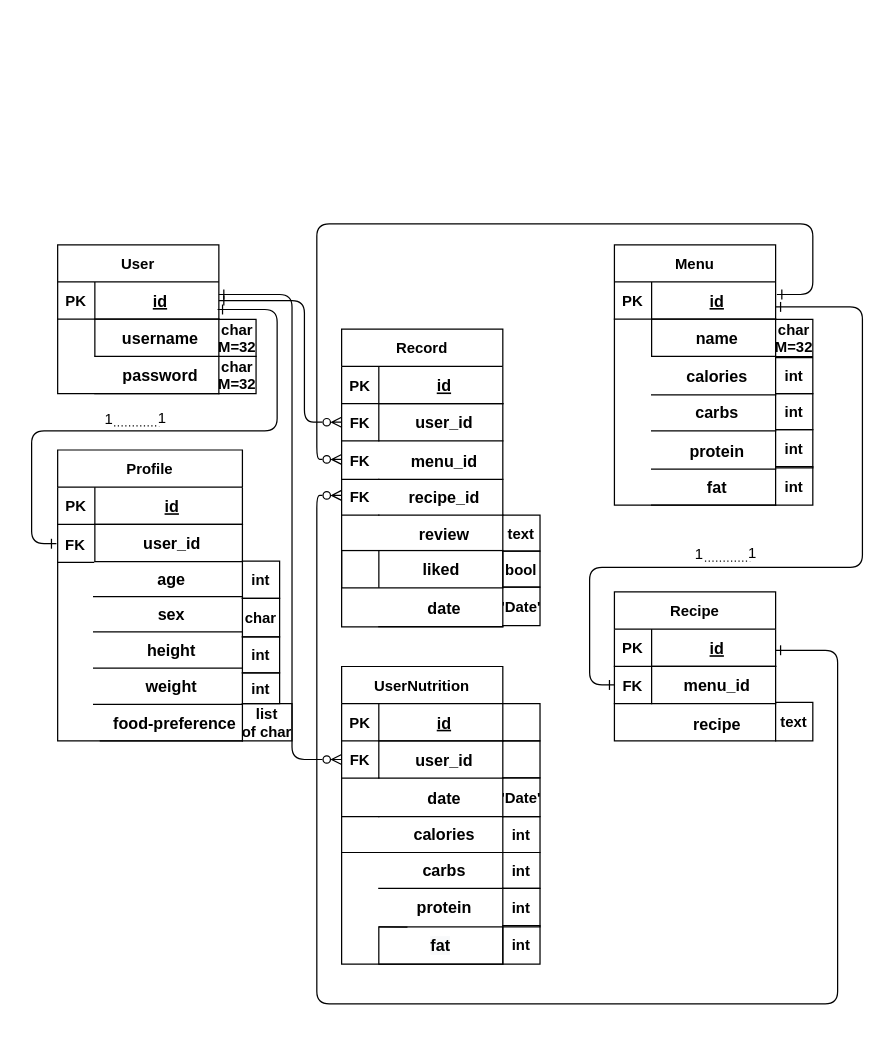
This is diagrams/Backend ER Diagram.drawio from swsnu/swpp2021-team5, a draw.io file, before an edit. Source tidied: cells renumbered, new cells numbered last; positions are measured from the earlier drawing's top-left corner, leaving out a move shared by most shapes. Both pictures are drawn from the tidied source at 124%, with x=0, y=0 at pixel (31, 223).
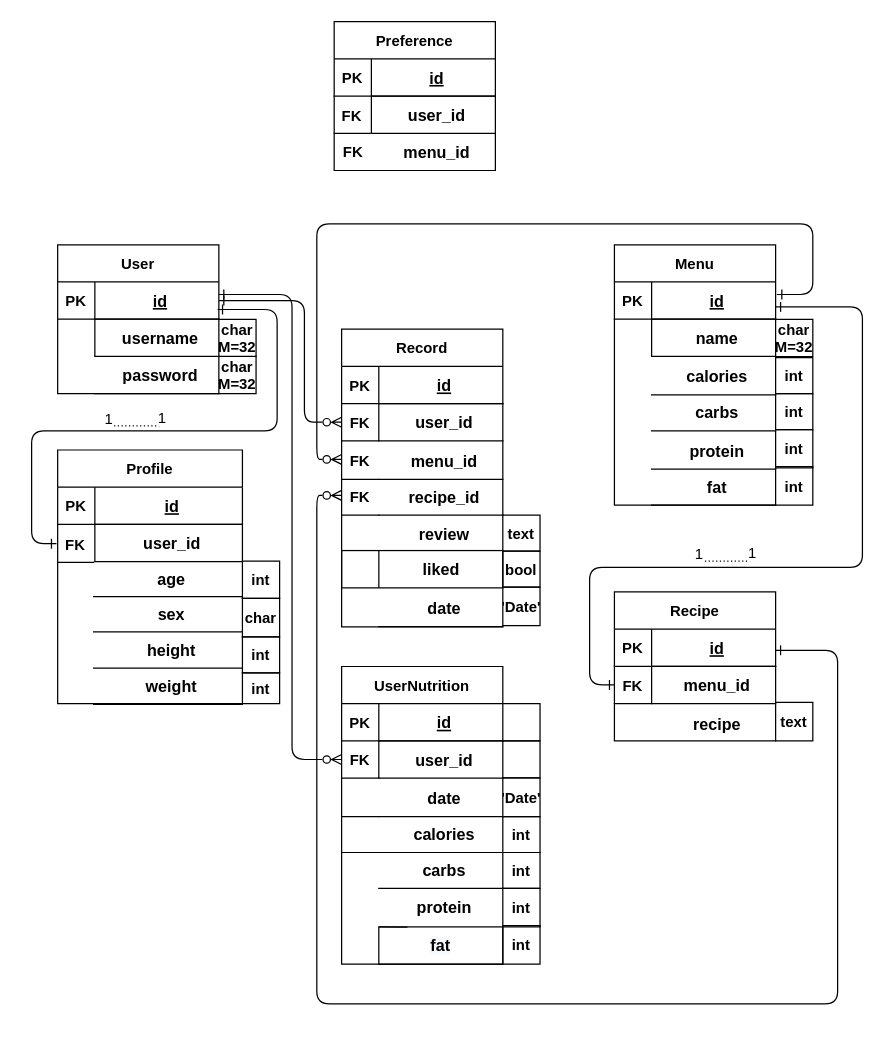
After the change.

Diff of the diagram source:
```diff
@@
-    <mxCell id="78" value="food-preference" style="shape=partialRectangle;overflow=hidden;fillColor=none;top=0;left=0;bottom=1;right=0;align=center;spacingLeft=6;fontStyle=1;fontSize=13;" parent="1" vertex="1">
-      <mxGeometry x="55.4" y="387.6" width="114.6" height="29.3" as="geometry" />
-    </mxCell>
     <mxCell id="79" value="Profile" style="shape=table;startSize=30;childLayout=tableLayout;rowLines=0;fontStyle=1;align=center;fillColor=default;strokeColor=default;fontColor=default;" parent="1" vertex="1">
-      <mxGeometry x="21" y="182.4" width="149" height="234.6" as="geometry" />
+      <mxGeometry x="21" y="182.4" width="149" height="204.6" as="geometry" />
     </mxCell>
@@
-    <mxCell id="113" value="list&#10;of char" style="shape=partialRectangle;overflow=hidden;fillColor=none;top=1;left=0;bottom=1;right=1;fontStyle=1;strokeColor=default;fontColor=default;" parent="1" vertex="1">
-      <mxGeometry x="170" y="387" width="40" height="30" as="geometry" />
-    </mxCell>
@@
+    <mxCell id="123" style="group;" parent="1" vertex="1">
+      <mxGeometry x="244" y="-163" width="130" height="120" as="geometry" />
+    </mxCell>
+    <mxCell id="124" value="Preference" style="shape=table;startSize=30;childLayout=tableLayout;rowLines=0;fontStyle=1;align=center;" parent="123" vertex="1">
+      <mxGeometry width="130" height="120" as="geometry" />
+    </mxCell>
+    <mxCell id="125" style="shape=partialRectangle;fillColor=none;top=0;left=0;right=0;bottom=1;" parent="124" vertex="1">
+      <mxGeometry y="30" width="130" height="30" as="geometry" />
+    </mxCell>
+    <mxCell id="126" value="PK" style="shape=partialRectangle;overflow=hidden;fillColor=none;top=0;left=0;bottom=0;right=0;fontStyle=1;" parent="125" vertex="1">
+      <mxGeometry width="30" height="30" as="geometry" />
+    </mxCell>
+    <mxCell id="127" value="id" style="shape=partialRectangle;overflow=hidden;fillColor=none;top=0;left=0;bottom=0;right=0;align=center;spacingLeft=6;fontStyle=5;fontSize=13;" parent="125" vertex="1">
+      <mxGeometry x="30" width="100" height="30" as="geometry" />
+    </mxCell>
+    <mxCell id="128" style="shape=partialRectangle;fillColor=none;top=0;left=0;right=0;bottom=0;" parent="124" vertex="1">
+      <mxGeometry y="60" width="130" height="30" as="geometry" />
+    </mxCell>
+    <mxCell id="129" style="shape=partialRectangle;overflow=hidden;fillColor=none;top=0;left=0;bottom=0;right=0;" parent="128" vertex="1">
+      <mxGeometry width="30" height="30" as="geometry" />
+    </mxCell>
+    <mxCell id="130" value="user_id" style="shape=partialRectangle;overflow=hidden;fillColor=none;top=1;left=0;bottom=1;right=0;align=center;spacingLeft=6;fontStyle=1;fontSize=13;" parent="128" vertex="1">
+      <mxGeometry x="30" width="100" height="30" as="geometry" />
+    </mxCell>
+    <mxCell id="131" value="menu_id" style="shape=partialRectangle;overflow=hidden;fillColor=none;top=0;left=0;bottom=1;right=0;align=center;spacingLeft=6;fontStyle=1;fontSize=13;" parent="123" vertex="1">
+      <mxGeometry x="30" y="90" width="100" height="30" as="geometry" />
+    </mxCell>
+    <mxCell id="132" value="FK" style="shape=partialRectangle;overflow=hidden;fillColor=none;top=0;left=0;bottom=1;right=0;fontStyle=1;strokeColor=default;fontColor=default;" parent="123" vertex="1">
+      <mxGeometry y="61" width="29" height="29" as="geometry" />
+    </mxCell>
+    <mxCell id="133" value="FK" style="shape=partialRectangle;overflow=hidden;fillColor=none;top=0;left=0;bottom=1;right=0;fontStyle=1;strokeColor=default;fontColor=default;" parent="123" vertex="1">
+      <mxGeometry x="1" y="90" width="29" height="30" as="geometry" />
+    </mxCell>
```
